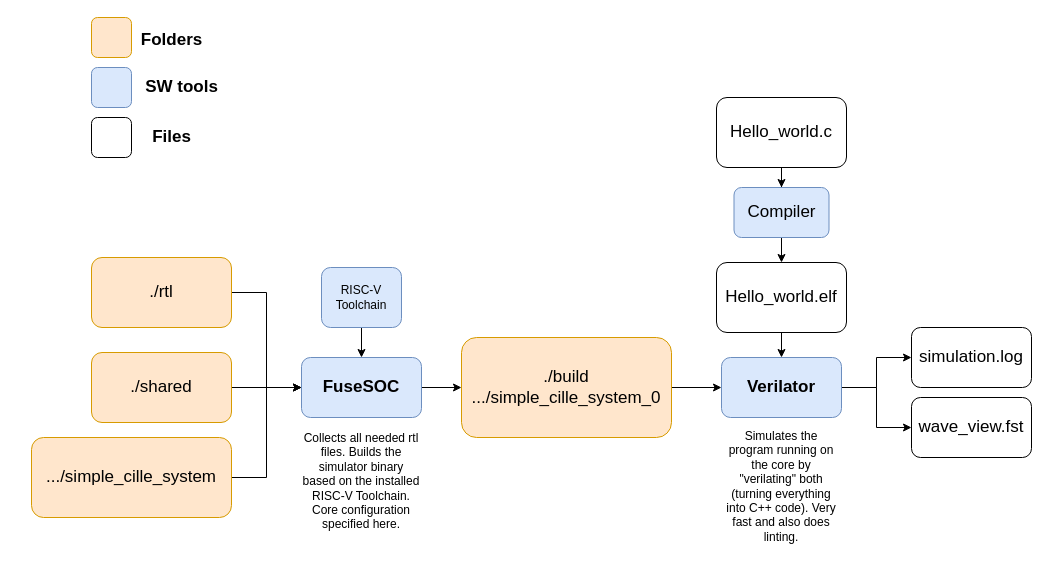
The draw.io diagram page "Tool flow" (2 of 2) of figures/drawio-figures.drawio in MKD-software/ibex, before the edit. Source tidied: cells renumbered, new cells numbered last; positions are measured from the earlier drawing's top-left corner, leaving out a move shared by most shapes. Both pictures are drawn from the tidied source at 100%, with x=0, y=0 at pixel (31, 17).
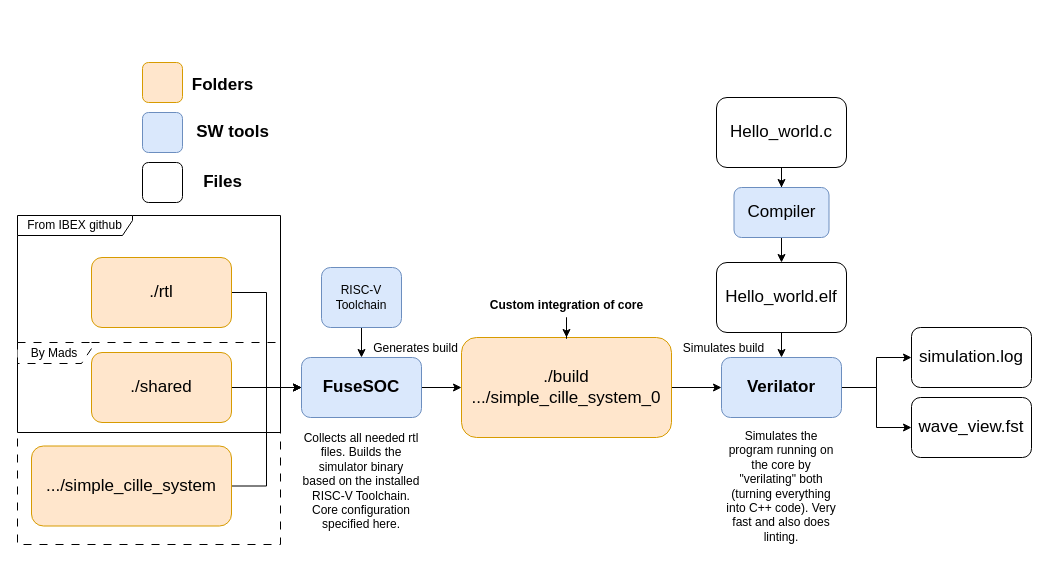
After the change.

Unchanged cells that the change refers to:
```xml
<mxCell id="16" value="&lt;font style=&quot;font-size: 17px;&quot;&gt;./build&lt;/font&gt;&lt;div style=&quot;font-size: 17px;&quot;&gt;&lt;font style=&quot;font-size: 17px;&quot;&gt;&lt;font style=&quot;font-size: 17px;&quot;&gt;.../&lt;/font&gt;&lt;span style=&quot;background-color: initial;&quot;&gt;simple_cille_system_0&lt;/span&gt;&lt;/font&gt;&lt;/div&gt;" style="rounded=1;whiteSpace=wrap;html=1;fillColor=#ffe6cc;strokeColor=#d79b00;" parent="1" vertex="1">
  <mxGeometry x="430" y="320" width="210" height="100" as="geometry" />
</mxCell>
```

Diff of the diagram source:
```diff
@@
     <mxCell id="14" value="&lt;font style=&quot;font-size: 17px;&quot;&gt;.../simple_cille_system&lt;/font&gt;" style="rounded=1;whiteSpace=wrap;html=1;fillColor=#ffe6cc;strokeColor=#d79b00;" parent="1" vertex="1">
-      <mxGeometry y="420" width="200" height="80" as="geometry" />
+      <mxGeometry y="428.5" width="200" height="80" as="geometry" />
     </mxCell>
@@
     <mxCell id="21" style="rounded=1;whiteSpace=wrap;html=1;fillColor=#dae8fc;strokeColor=#6c8ebf;" parent="1" vertex="1">
-      <mxGeometry x="60" y="50" width="40" height="40" as="geometry" />
+      <mxGeometry x="111" y="95" width="40" height="40" as="geometry" />
     </mxCell>
     <mxCell id="22" style="rounded=1;whiteSpace=wrap;html=1;fillColor=#ffe6cc;strokeColor=#d79b00;" parent="1" vertex="1">
-      <mxGeometry x="60" width="40" height="40" as="geometry" />
+      <mxGeometry x="111" y="45" width="40" height="40" as="geometry" />
     </mxCell>
     <mxCell id="23" value="&lt;b&gt;&lt;font style=&quot;font-size: 17px;&quot;&gt;Folders&lt;/font&gt;&lt;/b&gt;" style="text;html=1;align=center;verticalAlign=middle;strokeColor=none;fillColor=none;" parent="1" vertex="1">
-      <mxGeometry x="100" y="8" width="80" height="30" as="geometry" />
+      <mxGeometry x="151" y="53" width="80" height="30" as="geometry" />
     </mxCell>
     <mxCell id="24" value="&lt;b&gt;&lt;font style=&quot;font-size: 17px;&quot;&gt;SW tools&lt;/font&gt;&lt;/b&gt;" style="text;html=1;align=center;verticalAlign=middle;strokeColor=none;fillColor=none;" parent="1" vertex="1">
-      <mxGeometry x="100" y="55" width="100" height="30" as="geometry" />
+      <mxGeometry x="151" y="100" width="100" height="30" as="geometry" />
     </mxCell>
     <mxCell id="25" style="rounded=1;whiteSpace=wrap;html=1;" parent="1" vertex="1">
-      <mxGeometry x="60" y="100" width="40" height="40" as="geometry" />
+      <mxGeometry x="111" y="145" width="40" height="40" as="geometry" />
     </mxCell>
     <mxCell id="26" value="&lt;b&gt;&lt;font style=&quot;font-size: 17px;&quot;&gt;Files&lt;/font&gt;&lt;/b&gt;" style="text;html=1;align=center;verticalAlign=middle;strokeColor=none;fillColor=none;" parent="1" vertex="1">
-      <mxGeometry x="110" y="105" width="60" height="30" as="geometry" />
+      <mxGeometry x="161" y="150" width="60" height="30" as="geometry" />
     </mxCell>
@@
+    <mxCell id="33" style="edgeStyle=orthogonalEdgeStyle;rounded=0;jettySize=auto;html=1;entryX=0.5;entryY=0;entryDx=0;entryDy=0;" parent="1" edge="1" source="34" target="16">
+      <mxGeometry relative="1" as="geometry" />
+    </mxCell>
+    <mxCell id="34" value="&lt;b&gt;Custom integration of core&lt;/b&gt;" style="text;html=1;align=center;verticalAlign=middle;points=[];strokeColor=none;fillColor=none;" parent="1" vertex="1">
+      <mxGeometry x="449.5" y="275" width="171" height="26" as="geometry" />
+    </mxCell>
+    <mxCell id="35" value="From IBEX github" style="shape=umlFrame;whiteSpace=wrap;html=1;width=115;height=20;" parent="1" vertex="1">
+      <mxGeometry x="-14" y="198" width="263" height="217" as="geometry" />
+    </mxCell>
+    <mxCell id="36" value="By Mads" style="shape=umlFrame;whiteSpace=wrap;html=1;width=74;height=21;dashed=1;dashPattern=8 8;" parent="1" vertex="1">
+      <mxGeometry x="-14" y="325" width="263" height="202" as="geometry" />
+    </mxCell>
+    <mxCell id="37" value="Generates build" style="text;html=1;align=center;verticalAlign=middle;strokeColor=none;fillColor=none;" parent="1" vertex="1">
+      <mxGeometry x="332" y="318" width="103" height="26" as="geometry" />
+    </mxCell>
+    <mxCell id="38" value="Simulates build" style="text;html=1;align=center;verticalAlign=middle;strokeColor=none;fillColor=none;" parent="1" vertex="1">
+      <mxGeometry x="642" y="318" width="99" height="26" as="geometry" />
+    </mxCell>
```
